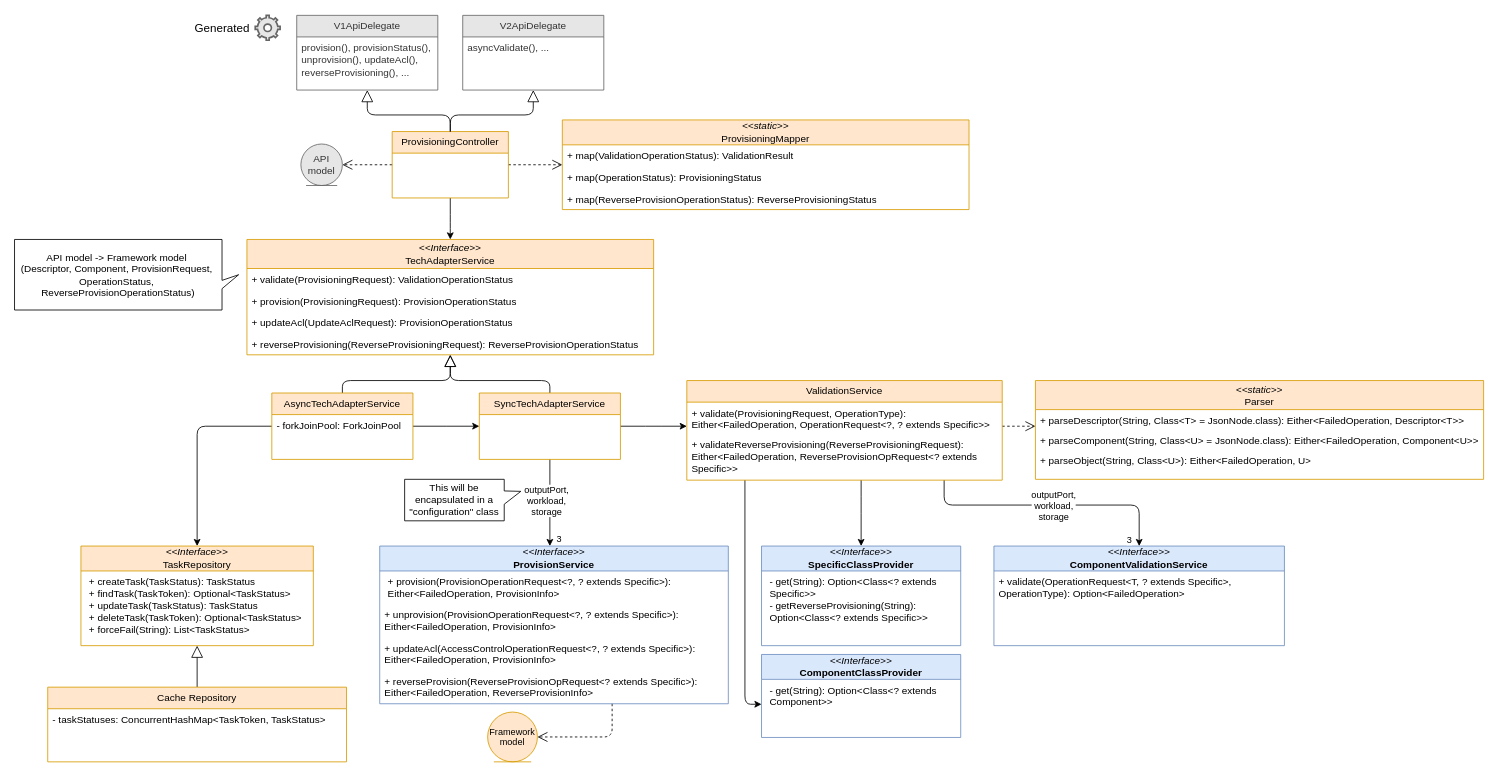
Above: page "Provisioning flow Class Diagram" (2 of 5) of docs/JTaf.drawio in agile-lab-dev/witboost-java-tech-adapter-framework (draw.io), before the change. Source tidied: cells renumbered, new cells numbered last; positions are measured from the earlier drawing's top-left corner, leaving out a move shared by most shapes. Both pictures are drawn from the tidied source at 83%, with x=0, y=0 at pixel (14, 15).
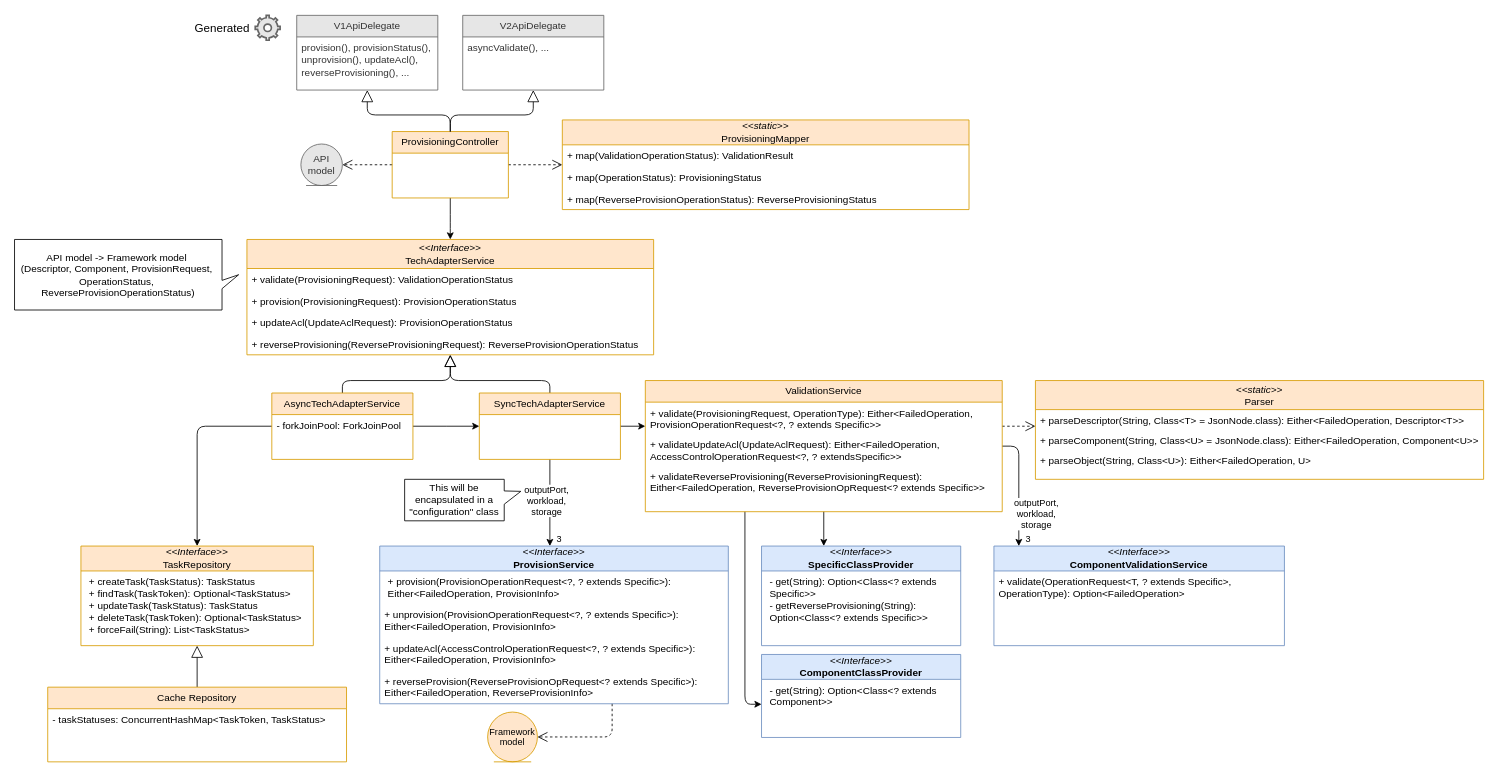
Above is the later version.

Unchanged cells that the change refers to:
```xml
<mxCell id="21" value="&lt;i&gt;&amp;lt;&amp;lt;Interface&amp;gt;&amp;gt;&lt;/i&gt;&lt;br&gt;&lt;b&gt;ComponentValidationService&lt;/b&gt;" style="swimlane;fontStyle=0;horizontal=1;startSize=30;fillColor=#dae8fc;whiteSpace=wrap;html=1;strokeColor=#6c8ebf;" parent="1" vertex="1">
  <mxGeometry x="1180" y="639.4" width="350" height="120" as="geometry" />
</mxCell>
```

The edit, as a diff of the source:
```diff
@@
     <mxCell id="23" style="edgeStyle=orthogonalEdgeStyle;rounded=1;jettySize=auto;html=1;curved=0;" parent="1" edge="1" source="27" target="21">
       <mxGeometry relative="1" as="geometry">
         <Array as="points">
-          <mxPoint x="1120" y="590" />
-          <mxPoint x="1355" y="590" />
+          <mxPoint x="1210" y="519" />
         </Array>
       </mxGeometry>
     </mxCell>
     <mxCell id="24" value="outputPort,&lt;div&gt;workload,&lt;/div&gt;&lt;div&gt;storage&lt;/div&gt;" style="edgeLabel;html=1;align=center;verticalAlign=middle;" parent="23" vertex="1">
       <mxGeometry x="-0.3" y="1" relative="1" as="geometry">
-        <mxPoint x="51" y="1" as="offset" />
+        <mxPoint x="19" y="52" as="offset" />
       </mxGeometry>
     </mxCell>
     <mxCell id="25" value="3" style="edgeLabel;html=1;align=center;verticalAlign=middle;" parent="23" vertex="1">
       <mxGeometry x="0.92" relative="1" as="geometry">
-        <mxPoint x="-13" y="4" as="offset" />
+        <mxPoint x="10" y="-4" as="offset" />
       </mxGeometry>
     </mxCell>
@@
     <mxCell id="27" value="ValidationService" style="swimlane;fontStyle=0;horizontal=1;startSize=26;fillColor=#ffe6cc;whiteSpace=wrap;html=1;strokeColor=#d79b00;" parent="1" vertex="1">
-      <mxGeometry x="810" y="440" width="380" height="120" as="geometry" />
+      <mxGeometry x="760" y="440" width="430" height="158" as="geometry" />
     </mxCell>
-    <mxCell id="28" value="+ validate(ProvisioningRequest, OperationType): Either&amp;lt;FailedOperation, OperationRequest&amp;lt;?&lt;span style=&quot;background-color: initial;&quot;&gt;, ? extends Specific&amp;gt;&amp;gt;&lt;/span&gt;" style="text;strokeColor=none;fillColor=none;align=left;verticalAlign=top;spacingLeft=4;spacingRight=4;overflow=hidden;whiteSpace=wrap;html=1;" parent="27" vertex="1">
-      <mxGeometry y="26" width="380" height="38" as="geometry" />
+    <mxCell id="28" value="+ validate(ProvisioningRequest, OperationType): Either&amp;lt;FailedOperation, ProvisionOperationRequest&amp;lt;?&lt;span style=&quot;background-color: initial;&quot;&gt;, ? extends Specific&amp;gt;&amp;gt;&lt;/span&gt;" style="text;strokeColor=none;fillColor=none;align=left;verticalAlign=top;spacingLeft=4;spacingRight=4;overflow=hidden;whiteSpace=wrap;html=1;" parent="27" vertex="1">
+      <mxGeometry y="26" width="430" height="38" as="geometry" />
     </mxCell>
+    <mxCell id="68" value="+ validateUpdateAcl(UpdateAclRequest): Either&amp;lt;FailedOperation, AccessControlOperationRequest&amp;lt;?, ? extendsSpecific&amp;gt;&amp;gt;" style="text;strokeColor=none;fillColor=none;align=left;verticalAlign=top;spacingLeft=4;spacingRight=4;overflow=hidden;whiteSpace=wrap;html=1;" parent="27" vertex="1">
+      <mxGeometry y="64" width="430" height="38" as="geometry" />
+    </mxCell>
     <mxCell id="29" value="+ validateReverseProvisioning(ReverseProvisioningRequest): Either&amp;lt;FailedOperation, ReverseProvisionOpRequest&amp;lt;&lt;span style=&quot;background-color: initial;&quot;&gt;? extends Specific&amp;gt;&amp;gt;&lt;/span&gt;" style="text;strokeColor=none;fillColor=none;align=left;verticalAlign=top;spacingLeft=4;spacingRight=4;overflow=hidden;whiteSpace=wrap;html=1;" parent="27" vertex="1">
-      <mxGeometry y="64" width="380" height="56" as="geometry" />
+      <mxGeometry y="102" width="430" height="56" as="geometry" />
     </mxCell>
```
